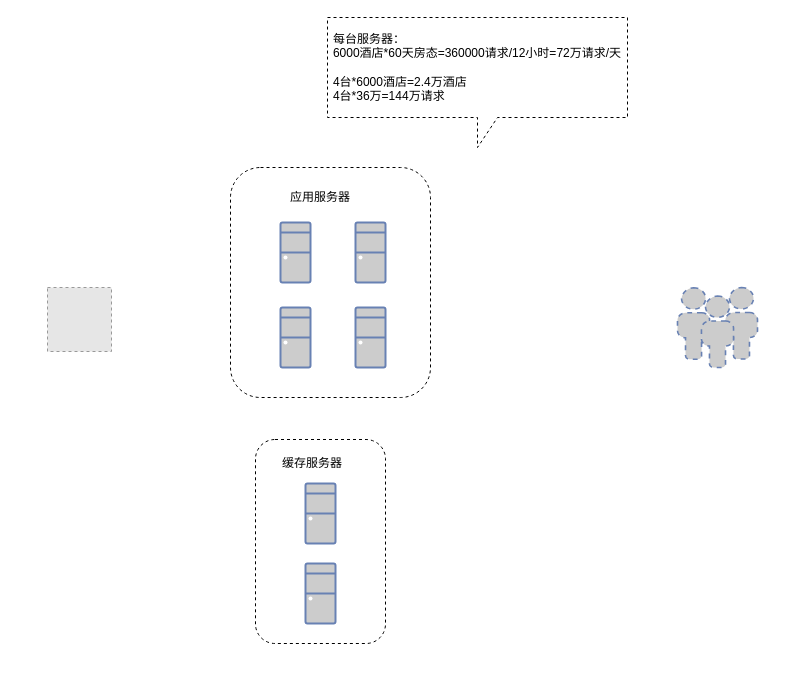
Above: page "第 3 页" (3 of 3) of drawio/酒店-美团.drawio in weiwen111/diagram (draw.io), before the change. Source tidied: cells renumbered, new cells numbered last; positions are measured from the earlier drawing's top-left corner, leaving out a move shared by most shapes. Both pictures are drawn from the tidied source at 100%, with x=0, y=0 at pixel (47, 17). Pictures stored in the file or linked from it are replaced by grey dashed boxes.
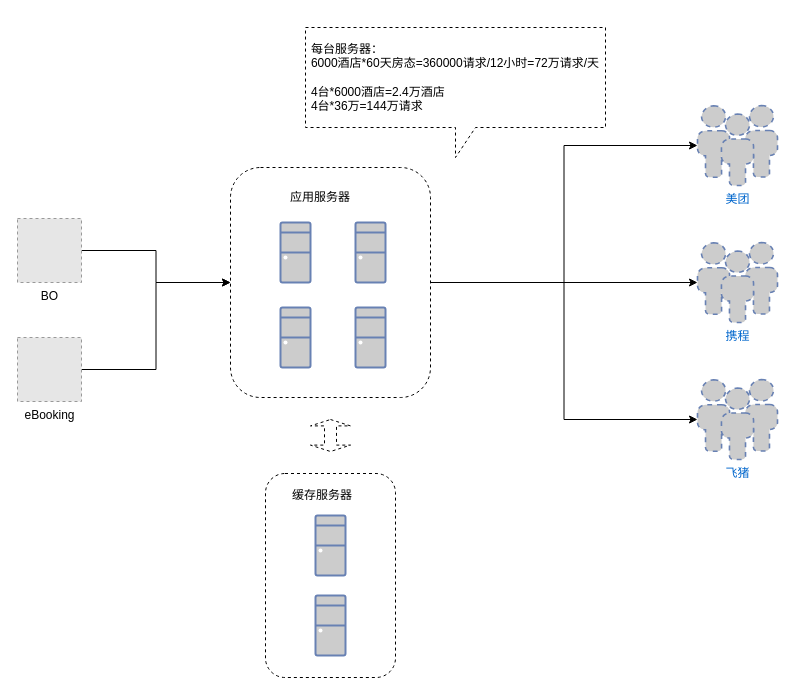
Above is the later version.

Commit message:
更新酒店-美团.drawio

The change refers to these unchanged cells:
```xml
<mxCell id="2" style="rounded=1;whiteSpace=wrap;html=1;dashed=1;" parent="1" vertex="1">
  <mxGeometry x="183" y="150" width="200" height="230" as="geometry" />
</mxCell>
```

Change to the diagram source:
```diff
@@
+    <mxCell id="15" style="edgeStyle=orthogonalEdgeStyle;rounded=0;jettySize=auto;html=1;exitX=1;exitY=0.5;exitDx=0;exitDy=0;entryX=0;entryY=0.5;entryDx=0;entryDy=0;entryPerimeter=0;" parent="1" edge="1" source="2" target="13">
+      <mxGeometry relative="1" as="geometry" />
+    </mxCell>
+    <mxCell id="16" style="edgeStyle=orthogonalEdgeStyle;rounded=0;jettySize=auto;html=1;exitX=1;exitY=0.5;exitDx=0;exitDy=0;entryX=0;entryY=0.5;entryDx=0;entryDy=0;entryPerimeter=0;" parent="1" edge="1" source="2" target="19">
+      <mxGeometry relative="1" as="geometry" />
+    </mxCell>
+    <mxCell id="17" style="edgeStyle=orthogonalEdgeStyle;rounded=0;jettySize=auto;html=1;exitX=1;exitY=0.5;exitDx=0;exitDy=0;entryX=0;entryY=0.5;entryDx=0;entryDy=0;entryPerimeter=0;" parent="1" edge="1" source="2" target="20">
+      <mxGeometry relative="1" as="geometry" />
+    </mxCell>
@@
     <mxCell id="3" style="rounded=1;whiteSpace=wrap;html=1;dashed=1;" parent="1" vertex="1">
-      <mxGeometry x="208" y="422" width="130" height="204" as="geometry" />
+      <mxGeometry x="218" y="456" width="130" height="204" as="geometry" />
     </mxCell>
@@
     <mxCell id="8" style="fontColor=#0066CC;verticalAlign=top;verticalLabelPosition=bottom;labelPosition=center;align=center;html=1;fillColor=#CCCCCC;strokeColor=#6881B3;gradientColor=none;gradientDirection=north;strokeWidth=2;shape=mxgraph.networks.desktop_pc;" parent="1" vertex="1">
-      <mxGeometry x="258" y="466" width="30" height="60" as="geometry" />
+      <mxGeometry x="268" y="498" width="30" height="60" as="geometry" />
     </mxCell>
     <mxCell id="9" style="fontColor=#0066CC;verticalAlign=top;verticalLabelPosition=bottom;labelPosition=center;align=center;html=1;fillColor=#CCCCCC;strokeColor=#6881B3;gradientColor=none;gradientDirection=north;strokeWidth=2;shape=mxgraph.networks.desktop_pc;" parent="1" vertex="1">
-      <mxGeometry x="258" y="546" width="30" height="60" as="geometry" />
+      <mxGeometry x="268" y="578" width="30" height="60" as="geometry" />
     </mxCell>
+    <mxCell id="18" style="edgeStyle=orthogonalEdgeStyle;rounded=0;jettySize=auto;html=1;exitX=1;exitY=0.5;exitDx=0;exitDy=0;" parent="1" edge="1" source="10" target="2">
+      <mxGeometry relative="1" as="geometry" />
+    </mxCell>
-    <mxCell id="10" style="fillColor=#E6E6E6;strokeColor=#999999;dashed=1;html=1;verticalAlign=top;verticalLabelPosition=bottom;labelBackgroundColor=#ffffff;" parent="1" vertex="1">
-      <mxGeometry y="270" width="64" height="64" as="geometry" />
+    <mxCell id="10" value="BO" style="fillColor=#E6E6E6;strokeColor=#999999;dashed=1;html=1;verticalAlign=top;verticalLabelPosition=bottom;labelBackgroundColor=#ffffff;" parent="1" vertex="1">
+      <mxGeometry x="-30" y="201" width="64" height="64" as="geometry" />
     </mxCell>
@@
     <mxCell id="12" value="缓存服务器" style="text;html=1;align=left;verticalAlign=top;spacingTop=-4;" parent="1" vertex="1">
-      <mxGeometry x="233" y="436" width="80" height="20" as="geometry" />
+      <mxGeometry x="243" y="468" width="80" height="20" as="geometry" />
     </mxCell>
-    <mxCell id="13" style="fontColor=#0066CC;verticalAlign=top;verticalLabelPosition=bottom;labelPosition=center;align=center;html=1;outlineConnect=0;fillColor=#CCCCCC;strokeColor=#6881B3;gradientColor=none;gradientDirection=north;strokeWidth=2;shape=mxgraph.networks.users;dashed=1;" parent="1" vertex="1">
-      <mxGeometry x="630" y="270" width="80" height="80" as="geometry" />
+    <mxCell id="13" value="美团" style="fontColor=#0066CC;verticalAlign=top;verticalLabelPosition=bottom;labelPosition=center;align=center;html=1;outlineConnect=0;fillColor=#CCCCCC;strokeColor=#6881B3;gradientColor=none;gradientDirection=north;strokeWidth=2;shape=mxgraph.networks.users;dashed=1;" parent="1" vertex="1">
+      <mxGeometry x="650" y="88" width="80" height="80" as="geometry" />
     </mxCell>
     <mxCell id="14" value="&lt;div style=&quot;text-align: left&quot;&gt;&lt;span&gt;每台服务器：&lt;/span&gt;&lt;/div&gt;&lt;div style=&quot;text-align: left&quot;&gt;&lt;span&gt;6000酒店*60天房态=360000请求/12小时=72万请求/天&lt;/span&gt;&lt;/div&gt;&lt;div style=&quot;text-align: left&quot;&gt;&lt;span&gt;&lt;br&gt;&lt;/span&gt;&lt;/div&gt;&lt;div style=&quot;text-align: left&quot;&gt;&lt;span&gt;4台*6000酒店=2.4万酒店&lt;/span&gt;&lt;/div&gt;&lt;div style=&quot;text-align: left&quot;&gt;&lt;span&gt;4台*36万=144万请求&lt;/span&gt;&lt;/div&gt;&lt;div style=&quot;text-align: left&quot;&gt;&lt;/div&gt;" style="shape=callout;whiteSpace=wrap;html=1;perimeter=calloutPerimeter;dashed=1;" parent="1" vertex="1">
-      <mxGeometry x="280" width="300" height="130" as="geometry" />
+      <mxGeometry x="258" y="10" width="300" height="130" as="geometry" />
     </mxCell>
+    <mxCell id="19" value="携程" style="fontColor=#0066CC;verticalAlign=top;verticalLabelPosition=bottom;labelPosition=center;align=center;html=1;outlineConnect=0;fillColor=#CCCCCC;strokeColor=#6881B3;gradientColor=none;gradientDirection=north;strokeWidth=2;shape=mxgraph.networks.users;dashed=1;" parent="1" vertex="1">
+      <mxGeometry x="650" y="225" width="80" height="80" as="geometry" />
+    </mxCell>
+    <mxCell id="20" value="飞猪" style="fontColor=#0066CC;verticalAlign=top;verticalLabelPosition=bottom;labelPosition=center;align=center;html=1;outlineConnect=0;fillColor=#CCCCCC;strokeColor=#6881B3;gradientColor=none;gradientDirection=north;strokeWidth=2;shape=mxgraph.networks.users;dashed=1;" parent="1" vertex="1">
+      <mxGeometry x="650" y="362" width="80" height="80" as="geometry" />
+    </mxCell>
+    <mxCell id="21" style="edgeStyle=orthogonalEdgeStyle;rounded=0;jettySize=auto;html=1;exitX=1;exitY=0.5;exitDx=0;exitDy=0;" parent="1" edge="1" source="22" target="2">
+      <mxGeometry relative="1" as="geometry" />
+    </mxCell>
+    <mxCell id="22" value="eBooking" style="fillColor=#E6E6E6;strokeColor=#999999;dashed=1;html=1;verticalAlign=top;verticalLabelPosition=bottom;labelBackgroundColor=#ffffff;" parent="1" vertex="1">
+      <mxGeometry x="-30" y="320" width="64" height="64" as="geometry" />
+    </mxCell>
+    <mxCell id="23" style="shape=doubleArrow;direction=south;whiteSpace=wrap;html=1;dashed=1;" parent="1" vertex="1">
+      <mxGeometry x="263" y="402" width="40" height="32" as="geometry" />
+    </mxCell>
```
